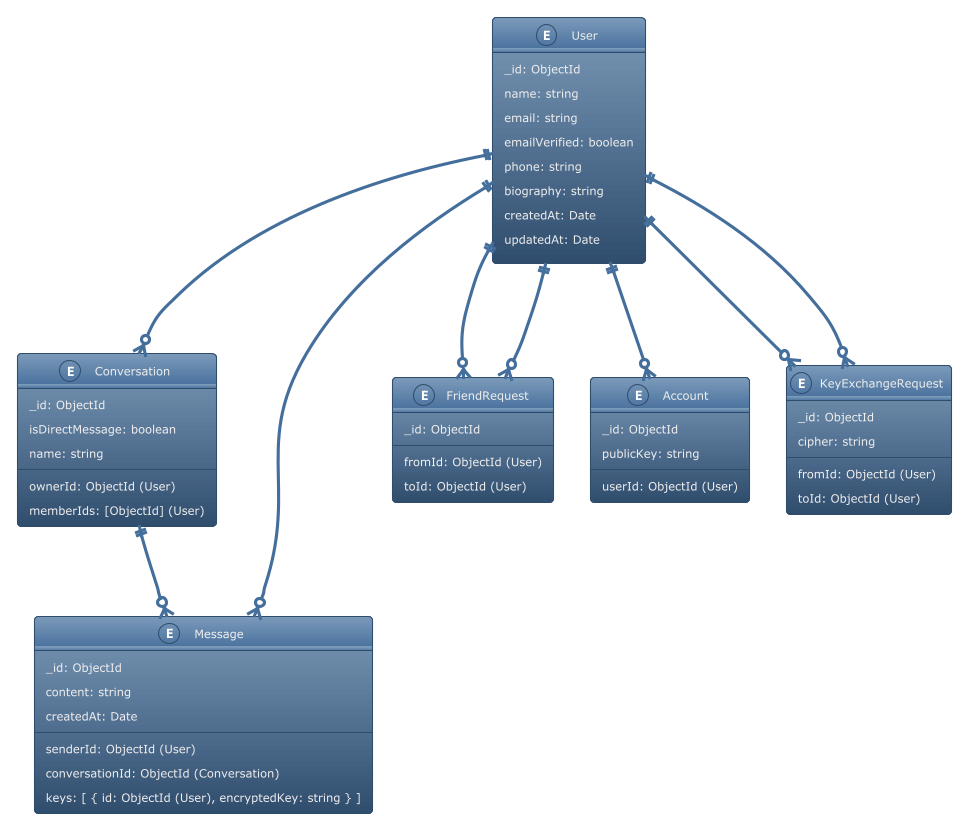
This is diagrams/erd.png from LargeProject/LatticeChat, a PlantUML export, as it was before one commit. Its diagram source:
```plantuml
@startuml
!theme spacelab

entity User {
  _id: ObjectId
  name: string
  email: string
  emailVerified: boolean
  phone: string
  biography: string
  createdAt: Date
  updatedAt: Date
}

entity Conversation {
  _id: ObjectId
  ownerId: ObjectId (User)
  isDirectMessage: boolean
  name: string
  memberIds: [ObjectId] (User)
}

entity Message {
  _id: ObjectId
  senderId: ObjectId (User)
  conversationId: ObjectId (Conversation)
  content: string
  createdAt: Date
  keys: [ { id: ObjectId (User), encryptedKey: string } ]
}

entity FriendRequest {
  _id: ObjectId
  fromId: ObjectId (User)
  toId: ObjectId (User)
}

entity Account {
  _id: ObjectId
  userId: ObjectId (User)
  publicKey: string
}

entity KeyExchangeRequest {
  _id: ObjectId
  fromId: ObjectId (User)
  toId: ObjectId (User)
  cipher: string
}

User ||--o{ Conversation : memberIds
User ||--o{ FriendRequest : fromId
User ||--o{ FriendRequest : toId
User ||--o{ Account : userId
User ||--o{ KeyExchangeRequest : fromId
User ||--o{ KeyExchangeRequest : toId
Conversation ||--o{ Message : conversationId
User ||--o{ Message : senderId

@enduml
```
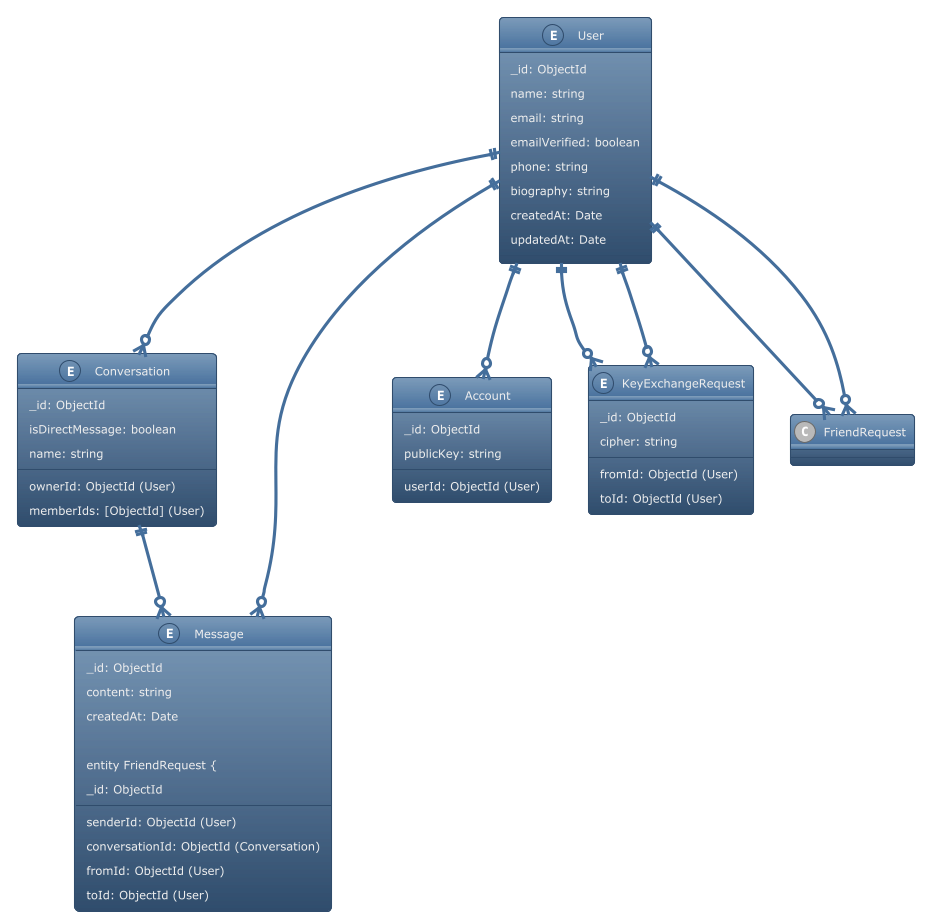
Later version of the same file.

The edit, as a diff of the source:
```diff
@@ -26,8 +26,6 @@
   conversationId: ObjectId (Conversation)
   content: string
   createdAt: Date
-  keys: [ { id: ObjectId (User), encryptedKey: string } ]
-}
 
 entity FriendRequest {
   _id: ObjectId
```
